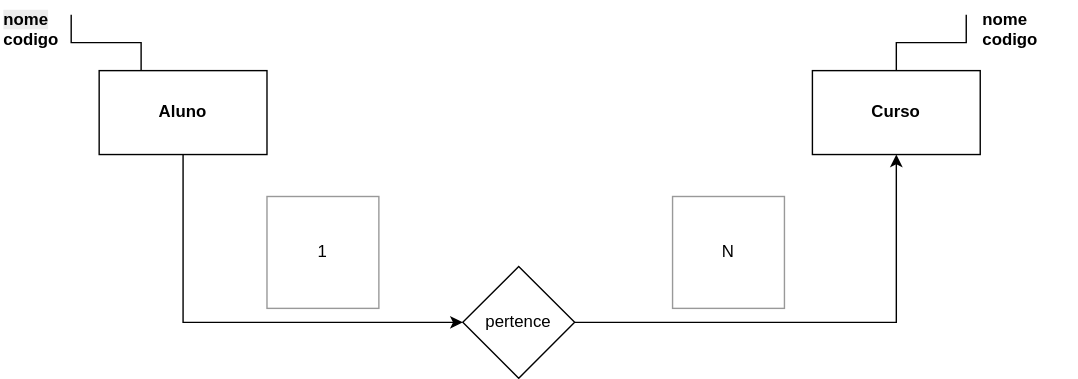
The draw.io diagram Aula 16Marco2026.drawio.svg in adonissilver/santabd, before a commit. Source tidied: cells renumbered, new cells last; positions are measured from the earlier drawing's top-left corner, leaving out a move shared by most shapes.
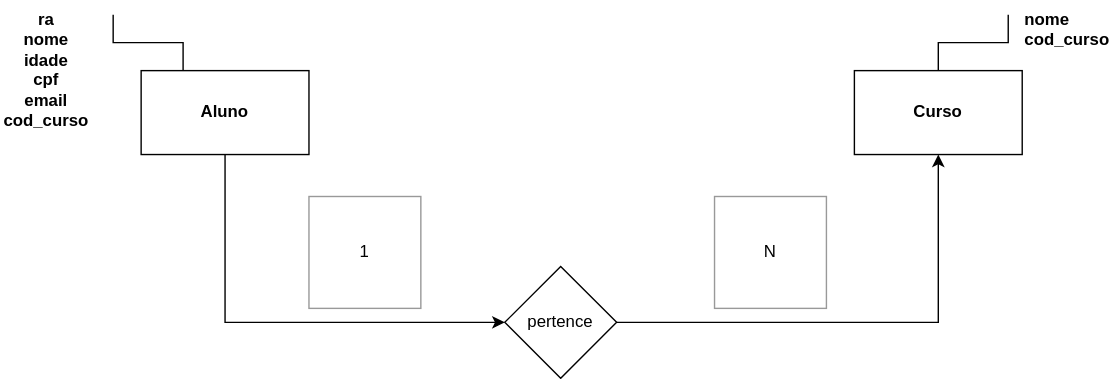
Above is the later version.

Diff of the diagram source:
```diff
@@ -33,10 +33,10 @@
     <mxCell id="10" value="N" style="whiteSpace=wrap;html=1;shadow=0;strokeColor=#999999;" parent="1" vertex="1">
       <mxGeometry x="480" y="140" width="80" height="80" as="geometry" />
     </mxCell>
-    <mxCell id="11" value="&lt;b style=&quot;forced-color-adjust: none; color: rgb(0, 0, 0); font-family: Helvetica; font-size: 12px; font-style: normal; font-variant-ligatures: normal; font-variant-caps: normal; letter-spacing: normal; orphans: 2; text-align: center; text-indent: 0px; text-transform: none; widows: 2; word-spacing: 0px; -webkit-text-stroke-width: 0px; white-space: normal; background-color: rgb(236, 236, 236); text-decoration-thickness: initial; text-decoration-style: initial; text-decoration-color: initial;&quot;&gt;nome&lt;/b&gt;&lt;div style=&quot;text-align: center;&quot;&gt;&lt;b&gt;codigo&lt;/b&gt;&lt;/div&gt;" style="text;whiteSpace=wrap;html=1;" parent="1" vertex="1">
-      <mxGeometry width="70" height="40" as="geometry" />
+    <mxCell id="11" value="&lt;div style=&quot;text-align: center;&quot;&gt;&lt;span style=&quot;background-color: transparent; color: light-dark(rgb(0, 0, 0), rgb(255, 255, 255));&quot;&gt;&lt;b&gt;ra&lt;/b&gt;&lt;/span&gt;&lt;/div&gt;&lt;div style=&quot;text-align: center;&quot;&gt;&lt;span style=&quot;background-color: transparent; color: light-dark(rgb(0, 0, 0), rgb(255, 255, 255));&quot;&gt;&lt;b&gt;nome&lt;/b&gt;&lt;/span&gt;&lt;/div&gt;&lt;div style=&quot;text-align: center;&quot;&gt;&lt;span style=&quot;background-color: transparent; color: light-dark(rgb(0, 0, 0), rgb(255, 255, 255));&quot;&gt;&lt;b&gt;idade&lt;/b&gt;&lt;/span&gt;&lt;/div&gt;&lt;div style=&quot;text-align: center;&quot;&gt;&lt;span style=&quot;background-color: transparent; color: light-dark(rgb(0, 0, 0), rgb(255, 255, 255));&quot;&gt;&lt;b&gt;cpf&lt;/b&gt;&lt;/span&gt;&lt;/div&gt;&lt;div style=&quot;text-align: center;&quot;&gt;&lt;span style=&quot;background-color: transparent; color: light-dark(rgb(0, 0, 0), rgb(255, 255, 255));&quot;&gt;&lt;b&gt;email&lt;/b&gt;&lt;/span&gt;&lt;/div&gt;&lt;div style=&quot;text-align: center;&quot;&gt;&lt;span style=&quot;background-color: transparent; color: light-dark(rgb(0, 0, 0), rgb(255, 255, 255));&quot;&gt;&lt;b&gt;cod_curso&lt;/b&gt;&lt;/span&gt;&lt;/div&gt;" style="text;whiteSpace=wrap;html=1;" parent="1" vertex="1">
+      <mxGeometry x="-30" width="70" height="130" as="geometry" />
     </mxCell>
-    <mxCell id="12" value="&lt;b&gt;nome&lt;/b&gt;&lt;div&gt;&lt;b&gt;codigo&lt;/b&gt;&lt;/div&gt;" style="text;whiteSpace=wrap;html=1;" parent="1" vertex="1">
+    <mxCell id="12" value="&lt;b&gt;nome&lt;/b&gt;&lt;div&gt;&lt;b&gt;cod_curso&lt;/b&gt;&lt;/div&gt;" style="text;whiteSpace=wrap;html=1;" parent="1" vertex="1">
       <mxGeometry x="700" width="70" height="40" as="geometry" />
     </mxCell>
   </root>
```
